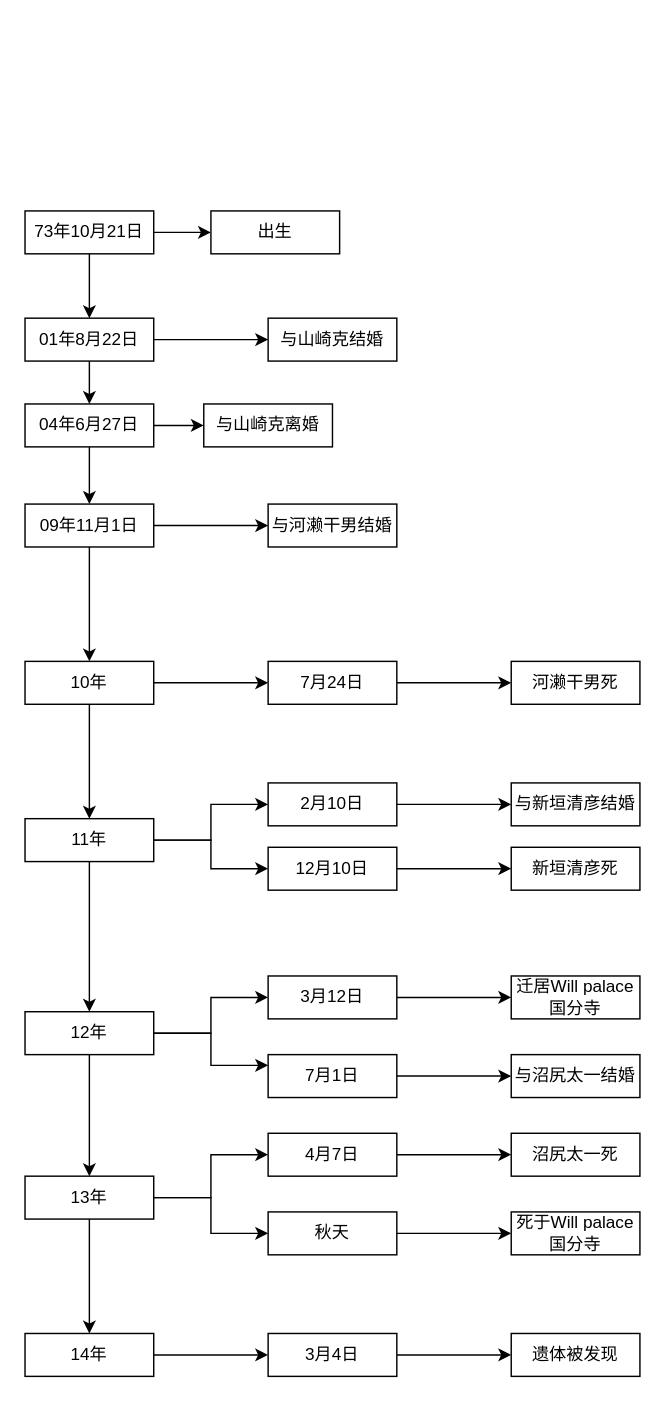
Earlier version of the draw.io diagram 《绝叫》时间线.drawio (adangran/diagrams). Source tidied: cells renumbered, new cells numbered last; positions are measured from the earlier drawing's top-left corner, leaving out a move shared by most shapes. Both pictures are drawn from the tidied source at 143%, with x=0, y=0 at pixel (24, 210).
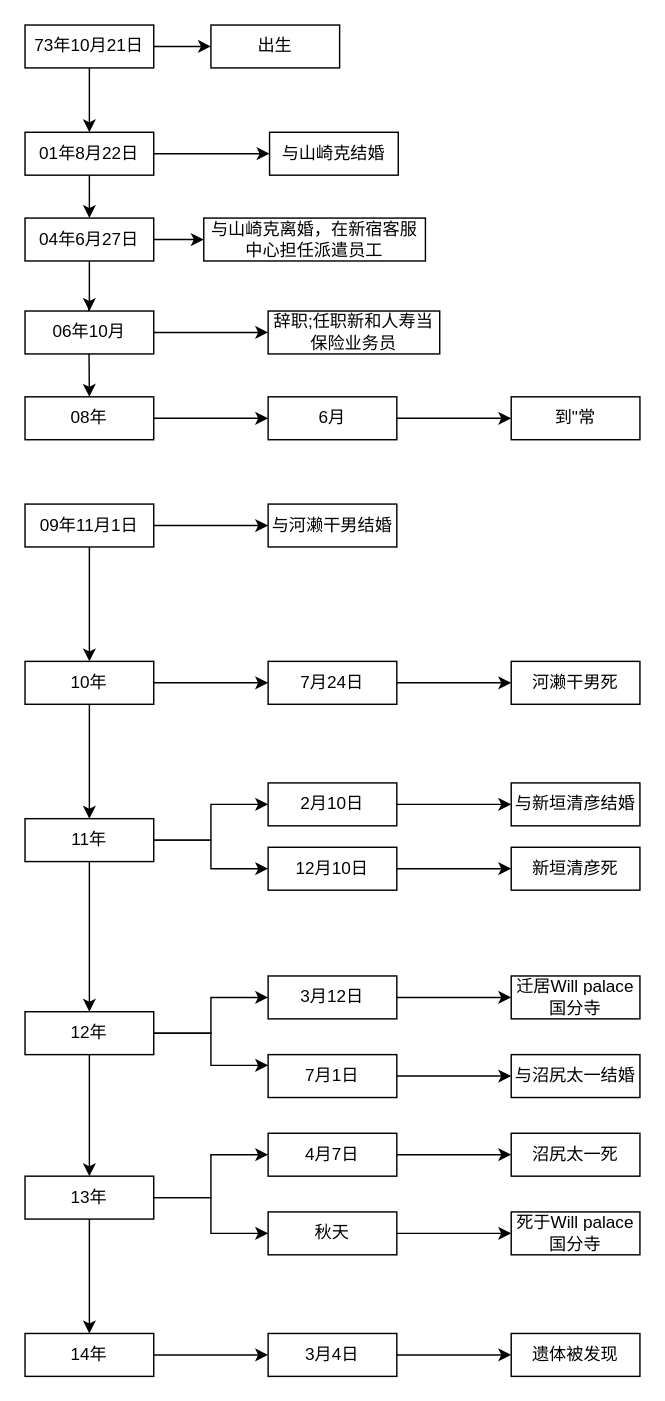
After the change.

Commit message:
Update 《绝叫》时间线.drawio

Unchanged cells that the change refers to:
```xml
<mxCell id="16" value="09年11月1日" style="rounded=0;whiteSpace=wrap;html=1;" parent="1" vertex="1">
  <mxGeometry y="205" width="90" height="30" as="geometry" />
</mxCell>
```

The edit, as a diff of the source:
```diff
@@
     <mxCell id="4" value="73年10月21日" style="rounded=0;whiteSpace=wrap;html=1;" parent="1" vertex="1">
-      <mxGeometry width="90" height="30" as="geometry" />
+      <mxGeometry y="-130" width="90" height="30" as="geometry" />
     </mxCell>
     <mxCell id="5" value="出生" style="rounded=0;whiteSpace=wrap;html=1;" parent="1" vertex="1">
-      <mxGeometry x="130" width="90" height="30" as="geometry" />
+      <mxGeometry x="130" y="-130" width="90" height="30" as="geometry" />
     </mxCell>
@@
     <mxCell id="8" value="01年8月22日" style="rounded=0;whiteSpace=wrap;html=1;" parent="1" vertex="1">
-      <mxGeometry y="75" width="90" height="30" as="geometry" />
+      <mxGeometry y="-55" width="90" height="30" as="geometry" />
     </mxCell>
     <mxCell id="9" value="与山崎克结婚" style="rounded=0;whiteSpace=wrap;html=1;" parent="1" vertex="1">
-      <mxGeometry x="170" y="75" width="90" height="30" as="geometry" />
+      <mxGeometry x="171" y="-55" width="90" height="30" as="geometry" />
     </mxCell>
@@
-    <mxCell id="11" style="edgeStyle=orthogonalEdgeStyle;rounded=0;jettySize=auto;html=1;exitX=0.5;exitY=1;exitDx=0;exitDy=0;" parent="1" edge="1" source="12" target="16">
-      <mxGeometry relative="1" as="geometry" />
+    <mxCell id="11" style="edgeStyle=orthogonalEdgeStyle;rounded=0;jettySize=auto;html=1;exitX=0.5;exitY=1;exitDx=0;exitDy=0;entryX=0.5;entryY=0;entryDx=0;entryDy=0;" parent="1" edge="1" target="64">
+      <mxGeometry relative="1" as="geometry">
+        <mxPoint x="44.5" y="65" as="sourcePoint" />
+      </mxGeometry>
     </mxCell>
+    <mxCell id="59" style="edgeStyle=orthogonalEdgeStyle;rounded=0;jettySize=auto;html=1;exitX=0.5;exitY=1;exitDx=0;exitDy=0;" parent="1" edge="1" source="12" target="61">
+      <mxGeometry relative="1" as="geometry" />
+    </mxCell>
     <mxCell id="12" value="04年6月27日" style="rounded=0;whiteSpace=wrap;html=1;" parent="1" vertex="1">
-      <mxGeometry y="135" width="90" height="30" as="geometry" />
+      <mxGeometry y="5" width="90" height="30" as="geometry" />
     </mxCell>
-    <mxCell id="13" value="与山崎克离婚" style="rounded=0;whiteSpace=wrap;html=1;" parent="1" vertex="1">
-      <mxGeometry x="125" y="135" width="90" height="30" as="geometry" />
+    <mxCell id="13" value="与山崎克离婚，在新宿客服中心担任派遣员工" style="rounded=0;whiteSpace=wrap;html=1;" parent="1" vertex="1">
+      <mxGeometry x="125" y="5" width="155" height="30" as="geometry" />
     </mxCell>
@@
+    <mxCell id="60" style="edgeStyle=orthogonalEdgeStyle;rounded=0;jettySize=auto;html=1;" parent="1" edge="1" source="61" target="62">
+      <mxGeometry relative="1" as="geometry" />
+    </mxCell>
+    <mxCell id="61" value="06年10月" style="rounded=0;whiteSpace=wrap;html=1;" parent="1" vertex="1">
+      <mxGeometry y="70" width="90" height="30" as="geometry" />
+    </mxCell>
+    <mxCell id="62" value="辞职;任职新和人寿当保险业务员" style="rounded=0;whiteSpace=wrap;html=1;" parent="1" vertex="1">
+      <mxGeometry x="170" y="70" width="120" height="30" as="geometry" />
+    </mxCell>
+    <mxCell id="63" style="edgeStyle=orthogonalEdgeStyle;rounded=0;jettySize=auto;html=1;" parent="1" edge="1" source="64" target="66">
+      <mxGeometry relative="1" as="geometry" />
+    </mxCell>
+    <mxCell id="64" value="08年" style="rounded=0;whiteSpace=wrap;html=1;" parent="1" vertex="1">
+      <mxGeometry y="130" width="90" height="30" as="geometry" />
+    </mxCell>
+    <mxCell id="65" style="edgeStyle=orthogonalEdgeStyle;rounded=0;jettySize=auto;html=1;" parent="1" edge="1" source="66" target="67">
+      <mxGeometry relative="1" as="geometry" />
+    </mxCell>
+    <mxCell id="66" value="6月" style="rounded=0;whiteSpace=wrap;html=1;" parent="1" vertex="1">
+      <mxGeometry x="170" y="130" width="90" height="30" as="geometry" />
+    </mxCell>
+    <mxCell id="67" value="到&quot;常" style="rounded=0;whiteSpace=wrap;html=1;" parent="1" vertex="1">
+      <mxGeometry x="340" y="130" width="90" height="30" as="geometry" />
+    </mxCell>
```
